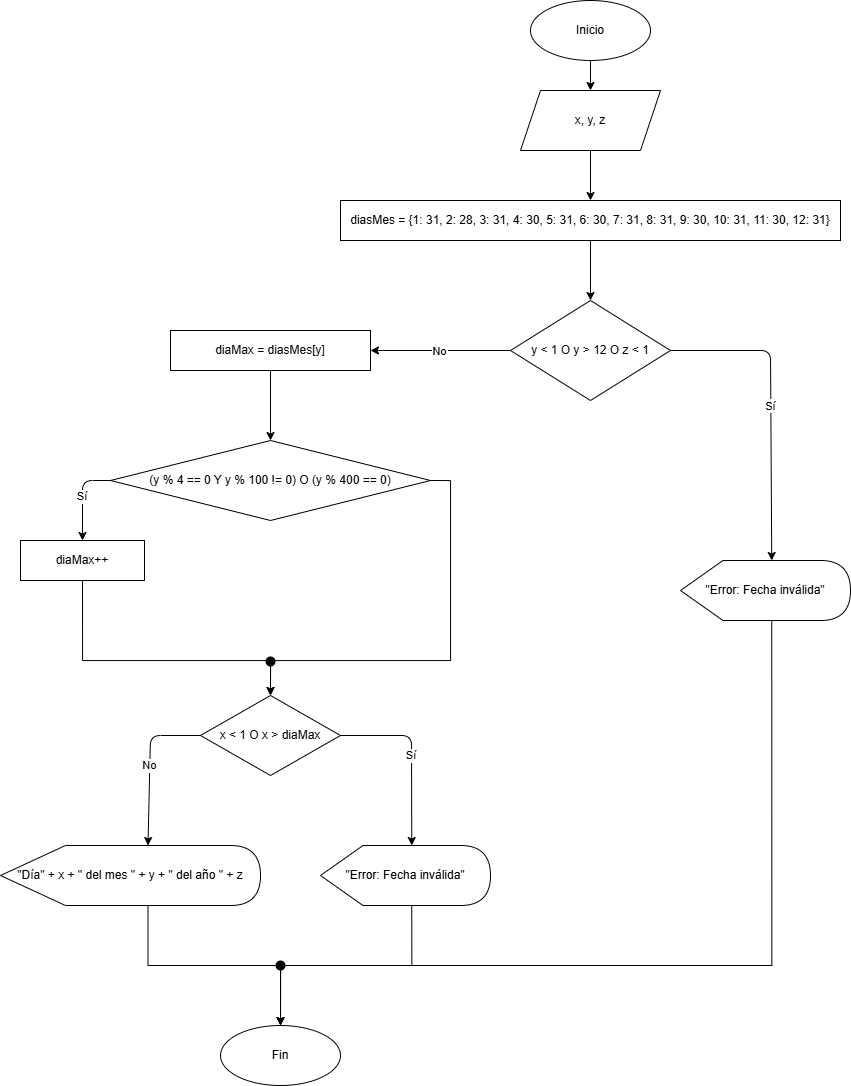
Before: chapter4/dfd/dfd4.5.6_10.png, a diagram exported from draw.io (UPclopezpAalgorithmsBook/solutions). Source tidied: cells renumbered, new cells last; positions are measured from the earlier drawing's top-left corner, leaving out a move shared by most shapes.
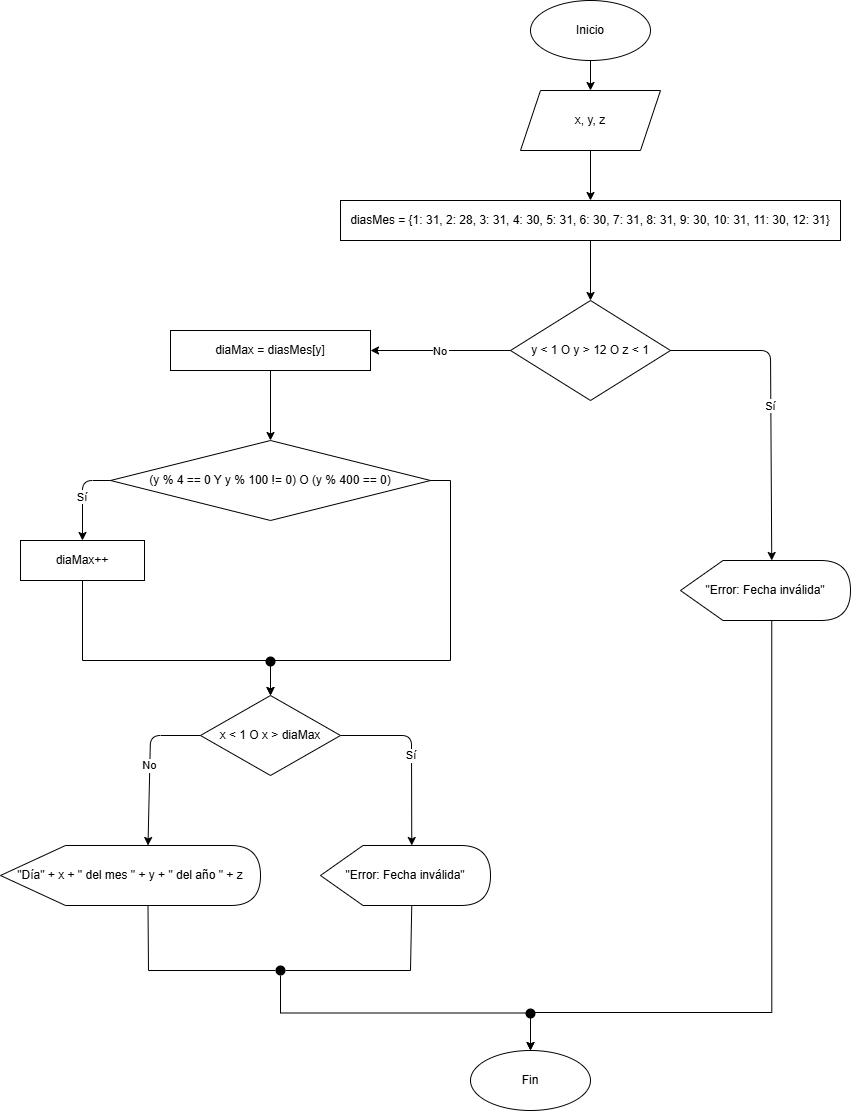
The same diagram one commit later.

What changed in the source:
```diff
@@ -2,6 +2,96 @@
   <root>
     <mxCell id="0" />
     <mxCell id="1" parent="0" />
+    <mxCell id="32" parent="1" edge="1">
+      <mxGeometry relative="1" as="geometry">
+        <mxPoint x="250" y="180" as="targetPoint" />
+        <Array as="points">
+          <mxPoint x="190" y="290" />
+          <mxPoint x="190" y="180" />
+        </Array>
+      </mxGeometry>
+    </mxCell>
+    <mxCell id="33" style="endArrow=classic;html=1;exitX=0;exitY=0.5;exitDx=0;exitDy=0;entryX=0;entryY=0.5;entryDx=0;entryDy=0;" parent="1" edge="1">
+      <mxGeometry relative="1" as="geometry">
+        <mxPoint x="250" as="targetPoint" />
+        <Array as="points">
+          <mxPoint x="190" y="240" />
+          <mxPoint x="190" />
+        </Array>
+      </mxGeometry>
+    </mxCell>
+    <mxCell id="34" parent="1" edge="1">
+      <mxGeometry relative="1" as="geometry">
+        <mxPoint x="250" y="180" as="targetPoint" />
+        <Array as="points">
+          <mxPoint x="190" y="290" />
+          <mxPoint x="190" y="180" />
+        </Array>
+      </mxGeometry>
+    </mxCell>
+    <mxCell id="35" style="endArrow=classic;html=1;exitX=0;exitY=0.5;exitDx=0;exitDy=0;entryX=0;entryY=0.5;entryDx=0;entryDy=0;" parent="1" edge="1">
+      <mxGeometry relative="1" as="geometry">
+        <mxPoint x="250" as="targetPoint" />
+        <Array as="points">
+          <mxPoint x="190" y="240" />
+          <mxPoint x="190" />
+        </Array>
+      </mxGeometry>
+    </mxCell>
+    <mxCell id="36" parent="1" edge="1">
+      <mxGeometry relative="1" as="geometry">
+        <mxPoint x="250" y="180" as="targetPoint" />
+        <Array as="points">
+          <mxPoint x="190" y="290" />
+          <mxPoint x="190" y="180" />
+        </Array>
+      </mxGeometry>
+    </mxCell>
+    <mxCell id="37" style="endArrow=classic;html=1;exitX=0;exitY=0.5;exitDx=0;exitDy=0;entryX=0;entryY=0.5;entryDx=0;entryDy=0;" parent="1" edge="1">
+      <mxGeometry relative="1" as="geometry">
+        <mxPoint x="250" as="targetPoint" />
+        <Array as="points">
+          <mxPoint x="190" y="240" />
+          <mxPoint x="190" />
+        </Array>
+      </mxGeometry>
+    </mxCell>
+    <mxCell id="38" parent="1" edge="1">
+      <mxGeometry relative="1" as="geometry">
+        <mxPoint x="250" y="180" as="targetPoint" />
+        <Array as="points">
+          <mxPoint x="190" y="290" />
+          <mxPoint x="190" y="180" />
+        </Array>
+      </mxGeometry>
+    </mxCell>
+    <mxCell id="39" style="endArrow=classic;html=1;exitX=0;exitY=0.5;exitDx=0;exitDy=0;entryX=0;entryY=0.5;entryDx=0;entryDy=0;" parent="1" edge="1">
+      <mxGeometry relative="1" as="geometry">
+        <mxPoint x="250" as="targetPoint" />
+        <Array as="points">
+          <mxPoint x="190" y="240" />
+          <mxPoint x="190" />
+        </Array>
+      </mxGeometry>
+    </mxCell>
+    <mxCell id="40" parent="1" edge="1">
+      <mxGeometry relative="1" as="geometry">
+        <mxPoint x="250" y="180" as="targetPoint" />
+        <Array as="points">
+          <mxPoint x="190" y="290" />
+          <mxPoint x="190" y="180" />
+        </Array>
+      </mxGeometry>
+    </mxCell>
+    <mxCell id="41" style="endArrow=classic;html=1;exitX=0;exitY=0.5;exitDx=0;exitDy=0;entryX=0;entryY=0.5;entryDx=0;entryDy=0;" parent="1" edge="1">
+      <mxGeometry relative="1" as="geometry">
+        <mxPoint x="250" as="targetPoint" />
+        <Array as="points">
+          <mxPoint x="190" y="240" />
+          <mxPoint x="190" />
+        </Array>
+      </mxGeometry>
+    </mxCell>
     <mxCell id="2" value="Inicio" style="ellipse;whiteSpace=wrap;html=1;" parent="1" vertex="1">
       <mxGeometry x="530" y="40" width="120" height="60" as="geometry" />
     </mxCell>
@@ -23,15 +113,9 @@
     <mxCell id="8" value="x &amp;lt; 1 O x &amp;gt; diaMax" style="rhombus;whiteSpace=wrap;html=1;" parent="1" vertex="1">
       <mxGeometry x="200" y="735" width="140" height="80" as="geometry" />
     </mxCell>
-    <mxCell id="9" style="edgeStyle=orthogonalEdgeStyle;rounded=0;jettySize=auto;html=1;exitX=0;exitY=0;exitDx=147.5;exitDy=60;exitPerimeter=0;entryX=0.5;entryY=0;entryDx=0;entryDy=0;" parent="1" edge="1" source="10" target="11">
-      <mxGeometry relative="1" as="geometry" />
-    </mxCell>
     <mxCell id="10" value="&quot;Día&quot; + x + &quot; del mes &quot; + y + &quot; del año &quot; + z" style="shape=display;whiteSpace=wrap;html=1;" parent="1" vertex="1">
       <mxGeometry y="885" width="260" height="60" as="geometry" />
     </mxCell>
-    <mxCell id="11" value="Fin" style="ellipse;whiteSpace=wrap;html=1;" parent="1" vertex="1">
-      <mxGeometry x="220" y="1065" width="120" height="60" as="geometry" />
-    </mxCell>
     <mxCell id="12" parent="1" edge="1" source="2" target="4">
       <mxGeometry relative="1" as="geometry" />
     </mxCell>
@@ -58,9 +142,6 @@
     <mxCell id="17" value="diasMes = {&lt;span class=&quot;ͼq&quot;&gt;1&lt;/span&gt;: &lt;span class=&quot;ͼq&quot;&gt;31&lt;/span&gt;,&amp;nbsp;&lt;span class=&quot;ͼq&quot;&gt;2&lt;/span&gt;: &lt;span class=&quot;ͼq&quot;&gt;28&lt;/span&gt;, &lt;span class=&quot;ͼq&quot;&gt;3&lt;/span&gt;: &lt;span class=&quot;ͼq&quot;&gt;31&lt;/span&gt;,&amp;nbsp;&lt;span class=&quot;ͼq&quot;&gt;4&lt;/span&gt;: &lt;span class=&quot;ͼq&quot;&gt;30&lt;/span&gt;,&amp;nbsp;&lt;span class=&quot;ͼq&quot;&gt;5&lt;/span&gt;: &lt;span class=&quot;ͼq&quot;&gt;31&lt;/span&gt;,&amp;nbsp;&lt;span class=&quot;ͼq&quot;&gt;6&lt;/span&gt;: &lt;span class=&quot;ͼq&quot;&gt;30&lt;/span&gt;,&amp;nbsp;&lt;span class=&quot;ͼq&quot;&gt;7&lt;/span&gt;: &lt;span class=&quot;ͼq&quot;&gt;31&lt;/span&gt;,&amp;nbsp;&lt;span class=&quot;ͼq&quot;&gt;8&lt;/span&gt;: &lt;span class=&quot;ͼq&quot;&gt;31&lt;/span&gt;,&amp;nbsp;&lt;span class=&quot;ͼq&quot;&gt;9&lt;/span&gt;: &lt;span class=&quot;ͼq&quot;&gt;30&lt;/span&gt;,&amp;nbsp;&lt;span class=&quot;ͼq&quot;&gt;10&lt;/span&gt;: &lt;span class=&quot;ͼq&quot;&gt;31&lt;/span&gt;,&amp;nbsp;&lt;span class=&quot;ͼq&quot;&gt;11&lt;/span&gt;: &lt;span class=&quot;ͼq&quot;&gt;30&lt;/span&gt;,&amp;nbsp;&lt;span class=&quot;ͼq&quot;&gt;12&lt;/span&gt;: &lt;span class=&quot;ͼq&quot;&gt;31&lt;/span&gt;}" style="rounded=0;whiteSpace=wrap;html=1;" parent="1" vertex="1">
       <mxGeometry x="340" y="240" width="500" height="40" as="geometry" />
     </mxCell>
-    <mxCell id="18" style="edgeStyle=orthogonalEdgeStyle;rounded=0;jettySize=auto;html=1;exitX=0;exitY=0;exitDx=91.25;exitDy=60;exitPerimeter=0;" parent="1" edge="1" source="19" target="11">
-      <mxGeometry relative="1" as="geometry" />
-    </mxCell>
     <mxCell id="19" value="&quot;Error: Fecha inválida&quot;" style="shape=display;whiteSpace=wrap;html=1;" parent="1" vertex="1">
       <mxGeometry x="320" y="885" width="170" height="60" as="geometry" />
     </mxCell>
@@ -85,33 +166,32 @@
         </Array>
       </mxGeometry>
     </mxCell>
-    <mxCell id="24" parent="1" edge="1">
-      <mxGeometry relative="1" as="geometry">
-        <mxPoint x="250" y="180" as="targetPoint" />
-        <Array as="points">
-          <mxPoint x="190" y="290" />
-          <mxPoint x="190" y="180" />
-        </Array>
-      </mxGeometry>
-    </mxCell>
-    <mxCell id="25" style="endArrow=classic;html=1;exitX=0;exitY=0.5;exitDx=0;exitDy=0;entryX=0;entryY=0.5;entryDx=0;entryDy=0;" parent="1" edge="1">
-      <mxGeometry relative="1" as="geometry">
-        <mxPoint x="250" as="targetPoint" />
-        <Array as="points">
-          <mxPoint x="190" y="240" />
-          <mxPoint x="190" />
-        </Array>
-      </mxGeometry>
-    </mxCell>
-    <mxCell id="26" style="edgeStyle=orthogonalEdgeStyle;rounded=0;jettySize=auto;html=1;exitX=0;exitY=0;exitDx=91.25;exitDy=60.00000000000001;exitPerimeter=0;entryX=0.5;entryY=0;entryDx=0;entryDy=0;" parent="1" edge="1" target="11">
-      <mxGeometry relative="1" as="geometry">
-        <mxPoint x="771.2" y="655" as="sourcePoint" />
-        <Array as="points">
-          <mxPoint x="771" y="1005" />
-          <mxPoint x="280" y="1005" />
-        </Array>
-      </mxGeometry>
-    </mxCell>
+    <mxCell id="42" parent="1" edge="1">
+      <mxGeometry relative="1" as="geometry">
+        <mxPoint x="250" y="180" as="targetPoint" />
+        <Array as="points">
+          <mxPoint x="190" y="290" />
+          <mxPoint x="190" y="180" />
+        </Array>
+      </mxGeometry>
+    </mxCell>
+    <mxCell id="43" style="endArrow=classic;html=1;exitX=0;exitY=0.5;exitDx=0;exitDy=0;entryX=0;entryY=0.5;entryDx=0;entryDy=0;" parent="1" edge="1">
+      <mxGeometry relative="1" as="geometry">
+        <mxPoint x="250" as="targetPoint" />
+        <Array as="points">
+          <mxPoint x="190" y="240" />
+          <mxPoint x="190" />
+        </Array>
+      </mxGeometry>
+    </mxCell>
+    <mxCell id="44" style="edgeStyle=orthogonalEdgeStyle;rounded=0;jettySize=auto;html=1;exitX=0;exitY=0;exitDx=91.25;exitDy=60;exitPerimeter=0;entryX=0.5;entryY=0;entryDx=0;entryDy=0;" parent="1" edge="1" source="27" target="11">
+      <mxGeometry relative="1" as="geometry">
+        <Array as="points">
+          <mxPoint x="771" y="1052" />
+          <mxPoint x="530" y="1052" />
+        </Array>
+      </mxGeometry>
+    </mxCell>
     <mxCell id="27" value="&quot;Error: Fecha inválida&quot;" style="shape=display;whiteSpace=wrap;html=1;" parent="1" vertex="1">
       <mxGeometry x="680" y="600" width="170" height="60" as="geometry" />
     </mxCell>
@@ -122,9 +202,12 @@
         </Array>
       </mxGeometry>
     </mxCell>
-    <mxCell id="29" style="ellipse;whiteSpace=wrap;html=1;strokeColor=none;fillColor=#000000;" parent="1" vertex="1">
-      <mxGeometry x="275" y="1000" width="10" height="10" as="geometry" />
-    </mxCell>
+    <mxCell id="45" style="edgeStyle=orthogonalEdgeStyle;rounded=0;jettySize=auto;html=1;exitX=0.5;exitY=1;exitDx=0;exitDy=0;entryX=0.5;entryY=0;entryDx=0;entryDy=0;" parent="1" edge="1" source="46" target="11">
+      <mxGeometry relative="1" as="geometry" />
+    </mxCell>
+    <mxCell id="46" style="ellipse;whiteSpace=wrap;html=1;strokeColor=none;fillColor=#000000;" parent="1" vertex="1">
+      <mxGeometry x="275" y="1005" width="10" height="10" as="geometry" />
+    </mxCell>
     <mxCell id="30" style="edgeStyle=orthogonalEdgeStyle;rounded=0;jettySize=auto;html=1;exitX=1;exitY=0.5;exitDx=0;exitDy=0;entryX=0.5;entryY=0;entryDx=0;entryDy=0;" parent="1" edge="1" source="22" target="8">
       <mxGeometry relative="1" as="geometry">
         <Array as="points">
@@ -137,5 +220,25 @@
     <mxCell id="31" style="ellipse;whiteSpace=wrap;html=1;strokeColor=none;fillColor=#000000;" parent="1" vertex="1">
       <mxGeometry x="265" y="696" width="10" height="10" as="geometry" />
     </mxCell>
+    <mxCell id="11" value="Fin" style="ellipse;whiteSpace=wrap;html=1;" parent="1" vertex="1">
+      <mxGeometry x="470" y="1090" width="120" height="60" as="geometry" />
+    </mxCell>
+    <mxCell id="47" style="endArrow=none;html=1;rounded=0;exitX=0;exitY=0.5;exitDx=0;exitDy=0;entryX=0;entryY=0;entryDx=147.5;entryDy=60;entryPerimeter=0;" parent="1" edge="1" source="46" target="10">
+      <mxGeometry relative="1" as="geometry">
+        <Array as="points">
+          <mxPoint x="148" y="1010" />
+        </Array>
+      </mxGeometry>
+    </mxCell>
+    <mxCell id="48" style="endArrow=none;html=1;rounded=0;exitX=1;exitY=0.5;exitDx=0;exitDy=0;entryX=0;entryY=0;entryDx=91.25;entryDy=60;entryPerimeter=0;" parent="1" edge="1" source="46" target="19">
+      <mxGeometry relative="1" as="geometry">
+        <Array as="points">
+          <mxPoint x="410" y="1010" />
+        </Array>
+      </mxGeometry>
+    </mxCell>
+    <mxCell id="49" style="ellipse;whiteSpace=wrap;html=1;strokeColor=none;fillColor=#000000;" parent="1" vertex="1">
+      <mxGeometry x="525" y="1048" width="10" height="10" as="geometry" />
+    </mxCell>
   </root>
 </mxGraphModel>
```
